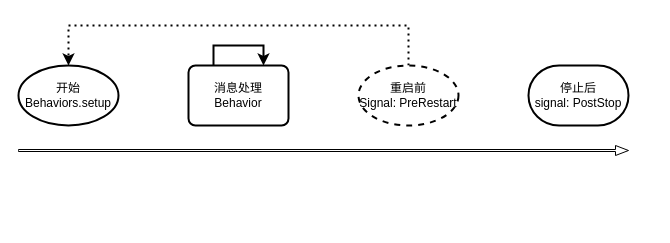
Earlier version of the draw.io diagram book/docs/draw/actor.drawio (yangbajing/akka-cookbook). Source tidied: cells renumbered, new cells numbered last; positions are measured from the earlier drawing's top-left corner, leaving out a move shared by most shapes. Both pictures are drawn from the tidied source at 100%, with x=0, y=0 at pixel (18, 25).
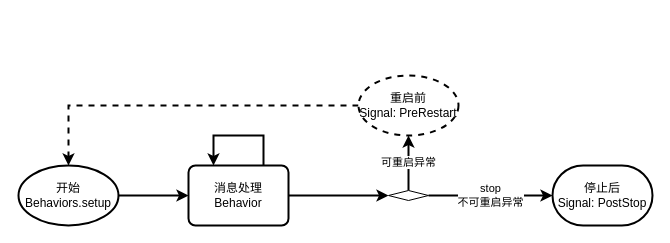
Above is the later version.

Change to the diagram source:
```diff
@@
 <mxGraphModel>
   <root>
     <mxCell id="0" />
     <mxCell id="1" parent="0" />
+    <mxCell id="9" style="edgeStyle=orthogonalEdgeStyle;rounded=0;jettySize=auto;html=1;exitX=1;exitY=0.5;exitDx=0;exitDy=0;exitPerimeter=0;entryX=0;entryY=0.5;entryDx=0;entryDy=0;strokeWidth=2;" parent="1" edge="1" source="2" target="6">
+      <mxGeometry relative="1" as="geometry" />
+    </mxCell>
     <mxCell id="2" value="开始&lt;br style=&quot;white-space: normal&quot;&gt;&lt;span style=&quot;white-space: normal&quot;&gt;Behaviors.setup&lt;/span&gt;" style="strokeWidth=2;html=1;shape=mxgraph.flowchart.start_1;whiteSpace=wrap;" parent="1" vertex="1">
-      <mxGeometry y="40" width="100" height="60" as="geometry" />
+      <mxGeometry y="140" width="100" height="60" as="geometry" />
     </mxCell>
-    <mxCell id="3" value="停止后&lt;br&gt;signal: PostStop" style="strokeWidth=2;html=1;shape=mxgraph.flowchart.terminator;whiteSpace=wrap;" parent="1" vertex="1">
-      <mxGeometry x="510" y="40" width="100" height="60" as="geometry" />
+    <mxCell id="3" value="停止后&lt;br&gt;Signal: PostStop" style="strokeWidth=2;html=1;shape=mxgraph.flowchart.terminator;whiteSpace=wrap;" parent="1" vertex="1">
+      <mxGeometry x="534" y="140" width="100" height="60" as="geometry" />
     </mxCell>
-    <mxCell id="4" style="edgeStyle=orthogonalEdgeStyle;rounded=0;jettySize=auto;html=1;exitX=0.5;exitY=0;exitDx=0;exitDy=0;exitPerimeter=0;entryX=0.5;entryY=0;entryDx=0;entryDy=0;entryPerimeter=0;dashed=1;strokeWidth=2;dashPattern=1 2;" parent="1" edge="1" source="5" target="2">
-      <mxGeometry relative="1" as="geometry">
-        <Array as="points">
-          <mxPoint x="390" />
-          <mxPoint x="50" />
-        </Array>
-      </mxGeometry>
+    <mxCell id="4" style="edgeStyle=orthogonalEdgeStyle;rounded=0;jettySize=auto;html=1;exitX=0;exitY=0.5;exitDx=0;exitDy=0;exitPerimeter=0;entryX=0.5;entryY=0;entryDx=0;entryDy=0;entryPerimeter=0;dashed=1;strokeWidth=2;" parent="1" edge="1" source="5" target="2">
+      <mxGeometry relative="1" as="geometry" />
     </mxCell>
     <mxCell id="5" value="重启前&lt;br&gt;Signal: PreRestart" style="strokeWidth=2;html=1;shape=mxgraph.flowchart.start_2;whiteSpace=wrap;gradientColor=none;dashed=1;" parent="1" vertex="1">
-      <mxGeometry x="340" y="40" width="100" height="60" as="geometry" />
+      <mxGeometry x="340" y="50" width="100" height="60" as="geometry" />
     </mxCell>
+    <mxCell id="10" style="edgeStyle=orthogonalEdgeStyle;rounded=0;jettySize=auto;html=1;exitX=1;exitY=0.5;exitDx=0;exitDy=0;entryX=0;entryY=0.5;entryDx=0;entryDy=0;strokeWidth=2;" parent="1" edge="1" source="6" target="13">
+      <mxGeometry relative="1" as="geometry" />
+    </mxCell>
     <mxCell id="6" value="消息处理&lt;br&gt;Behavior" style="rounded=1;whiteSpace=wrap;html=1;absoluteArcSize=1;arcSize=14;strokeWidth=2;" parent="1" vertex="1">
-      <mxGeometry x="170" y="40" width="100" height="60" as="geometry" />
+      <mxGeometry x="170" y="140" width="100" height="60" as="geometry" />
     </mxCell>
-    <mxCell id="7" style="verticalLabelPosition=bottom;verticalAlign=top;html=1;strokeWidth=1;shape=mxgraph.arrows2.arrow;dy=0.8;dx=13;notch=0;gradientColor=none;rotation=0;" parent="1" vertex="1">
-      <mxGeometry y="120" width="610" height="10" as="geometry" />
-    </mxCell>
+    <mxCell id="11" value="stop&lt;br&gt;不可重启异常" style="edgeStyle=orthogonalEdgeStyle;rounded=0;jettySize=auto;html=1;exitX=1;exitY=0.5;exitDx=0;exitDy=0;entryX=0;entryY=0.5;entryDx=0;entryDy=0;entryPerimeter=0;strokeWidth=2;" parent="1" edge="1" source="13" target="3">
+      <mxGeometry relative="1" as="geometry" />
+    </mxCell>
+    <mxCell id="12" value="可重启异常" style="edgeStyle=orthogonalEdgeStyle;rounded=0;jettySize=auto;html=1;exitX=0.5;exitY=0;exitDx=0;exitDy=0;entryX=0.5;entryY=1;entryDx=0;entryDy=0;entryPerimeter=0;strokeWidth=2;" parent="1" edge="1" source="13" target="5">
+      <mxGeometry relative="1" as="geometry" />
+    </mxCell>
+    <mxCell id="13" style="rhombus;whiteSpace=wrap;html=1;" parent="1" vertex="1">
+      <mxGeometry x="370" y="165" width="40" height="10" as="geometry" />
+    </mxCell>
-    <mxCell id="8" style="edgeStyle=orthogonalEdgeStyle;rounded=0;orthogonalLoop=1;jettySize=auto;html=1;exitX=0.25;exitY=0;exitDx=0;exitDy=0;entryX=0.75;entryY=0;entryDx=0;entryDy=0;strokeWidth=2;" parent="1" edge="1" source="6" target="6">
+    <mxCell id="8" style="edgeStyle=orthogonalEdgeStyle;rounded=0;orthogonalLoop=1;jettySize=auto;html=1;exitX=0.75;exitY=0;exitDx=0;exitDy=0;entryX=0.25;entryY=0;entryDx=0;entryDy=0;strokeWidth=2;" parent="1" edge="1" source="6" target="6">
       <mxGeometry relative="1" as="geometry">
         <Array as="points">
-          <mxPoint x="195" y="20" />
-          <mxPoint x="245" y="20" />
+          <mxPoint x="245" y="110" />
+          <mxPoint x="195" y="110" />
         </Array>
       </mxGeometry>
     </mxCell>
   </root>
 </mxGraphModel>
```
